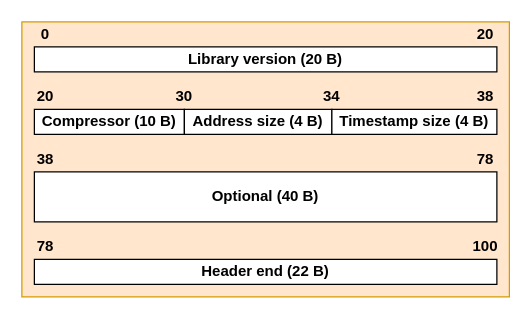
alvayus/AERzip keeps this draw.io diagram as images/AERzip_CompressedFileHeader.drawio. Above is the earlier version. Source tidied: cells renumbered, new cells numbered last; positions are measured from the earlier drawing's top-left corner, leaving out a move shared by most shapes. Both pictures are drawn from the tidied source at 125%, with x=0, y=0 at pixel (21, 21).
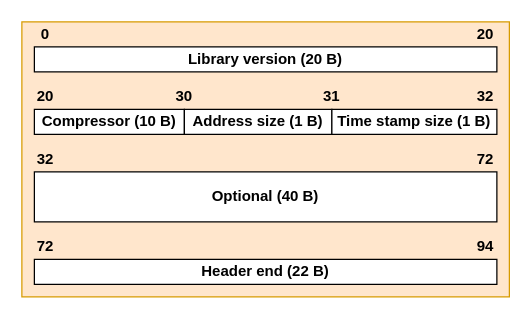
After the change.

Diff of the diagram source:
```diff
@@
 <mxGraphModel>
   <root>
     <mxCell id="0" />
     <mxCell id="1" parent="0" />
     <mxCell id="2" style="rounded=0;whiteSpace=wrap;html=1;fontSize=10;fillColor=#ffe6cc;strokeColor=#d79b00;" parent="1" vertex="1">
       <mxGeometry width="390" height="220" as="geometry" />
     </mxCell>
     <mxCell id="3" value="&lt;b&gt;Library version (20 B)&lt;/b&gt;" style="rounded=0;whiteSpace=wrap;html=1;" parent="1" vertex="1">
       <mxGeometry x="10" y="20" width="370" height="20" as="geometry" />
     </mxCell>
     <mxCell id="4" value="&lt;b&gt;Compressor (10 B)&lt;/b&gt;" style="rounded=0;whiteSpace=wrap;html=1;" parent="1" vertex="1">
       <mxGeometry x="10" y="70" width="120" height="20" as="geometry" />
     </mxCell>
     <mxCell id="5" value="0" style="text;html=1;strokeColor=none;fillColor=none;align=center;verticalAlign=middle;whiteSpace=wrap;rounded=0;fontStyle=1;" parent="1" vertex="1">
       <mxGeometry x="10" width="18" height="20" as="geometry" />
     </mxCell>
     <mxCell id="6" value="20" style="text;html=1;strokeColor=none;fillColor=none;align=center;verticalAlign=middle;whiteSpace=wrap;rounded=0;fontStyle=1;" parent="1" vertex="1">
       <mxGeometry x="362" width="18" height="20" as="geometry" />
     </mxCell>
     <mxCell id="7" value="20" style="text;html=1;strokeColor=none;fillColor=none;align=center;verticalAlign=middle;whiteSpace=wrap;rounded=0;fontStyle=1;" parent="1" vertex="1">
       <mxGeometry x="10" y="50" width="18" height="20" as="geometry" />
     </mxCell>
     <mxCell id="8" value="30" style="text;html=1;strokeColor=none;fillColor=none;align=center;verticalAlign=middle;whiteSpace=wrap;rounded=0;fontStyle=1;" parent="1" vertex="1">
       <mxGeometry x="121" y="50" width="18" height="20" as="geometry" />
     </mxCell>
-    <mxCell id="9" value="&lt;b&gt;Address size (4 B)&lt;/b&gt;" style="rounded=0;whiteSpace=wrap;html=1;" parent="1" vertex="1">
+    <mxCell id="9" value="&lt;b&gt;Address size (1 B)&lt;/b&gt;" style="rounded=0;whiteSpace=wrap;html=1;" parent="1" vertex="1">
       <mxGeometry x="130" y="70" width="118" height="20" as="geometry" />
     </mxCell>
-    <mxCell id="10" value="&lt;b&gt;Timestamp size (4 B)&lt;/b&gt;" style="rounded=0;whiteSpace=wrap;html=1;" parent="1" vertex="1">
+    <mxCell id="10" value="&lt;b&gt;Time stamp size (1 B)&lt;/b&gt;" style="rounded=0;whiteSpace=wrap;html=1;" parent="1" vertex="1">
       <mxGeometry x="248" y="70" width="132" height="20" as="geometry" />
     </mxCell>
-    <mxCell id="11" value="34" style="text;html=1;strokeColor=none;fillColor=none;align=center;verticalAlign=middle;whiteSpace=wrap;rounded=0;fontStyle=1;" parent="1" vertex="1">
+    <mxCell id="11" value="31" style="text;html=1;strokeColor=none;fillColor=none;align=center;verticalAlign=middle;whiteSpace=wrap;rounded=0;fontStyle=1;" parent="1" vertex="1">
       <mxGeometry x="239" y="50" width="18" height="20" as="geometry" />
     </mxCell>
-    <mxCell id="12" value="38" style="text;html=1;strokeColor=none;fillColor=none;align=center;verticalAlign=middle;whiteSpace=wrap;rounded=0;fontStyle=1;" parent="1" vertex="1">
+    <mxCell id="12" value="32" style="text;html=1;strokeColor=none;fillColor=none;align=center;verticalAlign=middle;whiteSpace=wrap;rounded=0;fontStyle=1;" parent="1" vertex="1">
       <mxGeometry x="362" y="50" width="18" height="20" as="geometry" />
     </mxCell>
     <mxCell id="13" value="&lt;b&gt;Optional (40 B)&lt;/b&gt;" style="rounded=0;whiteSpace=wrap;html=1;" parent="1" vertex="1">
       <mxGeometry x="10" y="120" width="370" height="40" as="geometry" />
     </mxCell>
-    <mxCell id="14" value="38" style="text;html=1;strokeColor=none;fillColor=none;align=center;verticalAlign=middle;whiteSpace=wrap;rounded=0;fontStyle=1;" parent="1" vertex="1">
+    <mxCell id="14" value="32" style="text;html=1;strokeColor=none;fillColor=none;align=center;verticalAlign=middle;whiteSpace=wrap;rounded=0;fontStyle=1;" parent="1" vertex="1">
       <mxGeometry x="10" y="100" width="18" height="20" as="geometry" />
     </mxCell>
-    <mxCell id="15" value="78" style="text;html=1;strokeColor=none;fillColor=none;align=center;verticalAlign=middle;whiteSpace=wrap;rounded=0;fontStyle=1;" parent="1" vertex="1">
+    <mxCell id="15" value="72" style="text;html=1;strokeColor=none;fillColor=none;align=center;verticalAlign=middle;whiteSpace=wrap;rounded=0;fontStyle=1;" parent="1" vertex="1">
       <mxGeometry x="362" y="100" width="18" height="20" as="geometry" />
     </mxCell>
     <mxCell id="16" value="&lt;b&gt;Header end (22 B)&lt;/b&gt;" style="rounded=0;whiteSpace=wrap;html=1;" parent="1" vertex="1">
       <mxGeometry x="10" y="190" width="370" height="20" as="geometry" />
     </mxCell>
-    <mxCell id="17" value="78" style="text;html=1;strokeColor=none;fillColor=none;align=center;verticalAlign=middle;whiteSpace=wrap;rounded=0;fontStyle=1;" parent="1" vertex="1">
+    <mxCell id="17" value="72" style="text;html=1;strokeColor=none;fillColor=none;align=center;verticalAlign=middle;whiteSpace=wrap;rounded=0;fontStyle=1;" parent="1" vertex="1">
       <mxGeometry x="10" y="170" width="18" height="20" as="geometry" />
     </mxCell>
-    <mxCell id="18" value="100" style="text;html=1;strokeColor=none;fillColor=none;align=center;verticalAlign=middle;whiteSpace=wrap;rounded=0;fontStyle=1;" parent="1" vertex="1">
+    <mxCell id="18" value="94" style="text;html=1;strokeColor=none;fillColor=none;align=center;verticalAlign=middle;whiteSpace=wrap;rounded=0;fontStyle=1;" parent="1" vertex="1">
       <mxGeometry x="362" y="170" width="18" height="20" as="geometry" />
     </mxCell>
   </root>
 </mxGraphModel>
```
